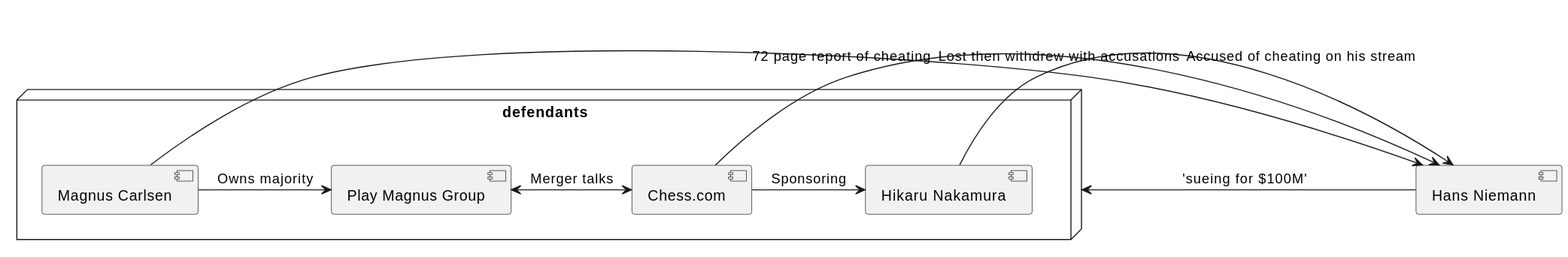
Before: src/examples/4_chess/render/plantuml_dot.svg, a diagram exported from PlantUML (terrastruct/text-to-diagram-site). The source it was exported from:
```plantuml
@startuml
[Hans Niemann] as hans

node "defendants" {
  [Magnus Carlsen] as mc
  [Play Magnus Group] as playmagnus
  [Chess.com] as chesscom
  [Hikaru Nakamura] as naka

  [mc] -> [playmagnus]: Owns majority
  [playmagnus] <-> [chesscom]: Merger talks
  [chesscom] -> [naka]: Sponsoring
}

[hans] -> defendants: 'sueing for $100M'

[naka] -> [hans]: Accused of cheating on his stream
[mc] -> [hans]: Lost then withdrew with accusations
[chesscom] -> [hans]: 72 page report of cheating
@enduml
```
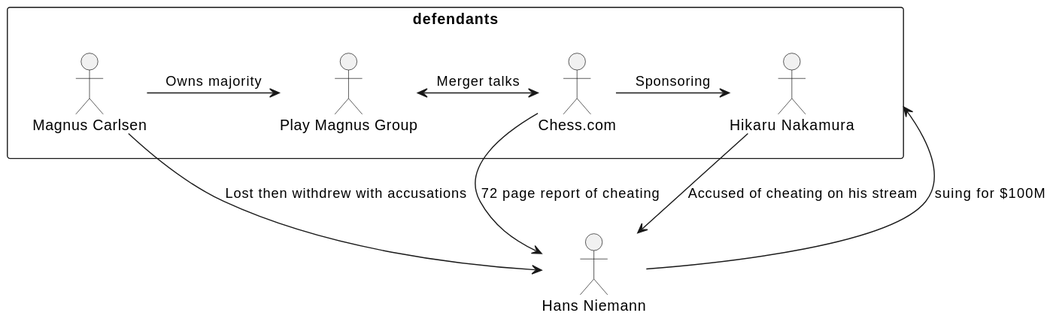
After the commit.

Diff of the diagram source:
```diff
@@ -1,20 +1,20 @@
 @startuml
-[Hans Niemann] as hans
+"Hans Niemann" as hans
 
-node "defendants" {
-  [Magnus Carlsen] as mc
-  [Play Magnus Group] as playmagnus
-  [Chess.com] as chesscom
-  [Hikaru Nakamura] as naka
+rectangle "defendants" {
+  "Magnus Carlsen" as mc
+  "Play Magnus Group" as playmagnus
+  "Chess.com" as chesscom
+  "Hikaru Nakamura" as naka
 
-  [mc] -> [playmagnus]: Owns majority
-  [playmagnus] <-> [chesscom]: Merger talks
-  [chesscom] -> [naka]: Sponsoring
+  mc -> playmagnus: Owns majority
+  playmagnus <-> chesscom: Merger talks
+  chesscom -> naka: Sponsoring
 }
 
-[hans] -> defendants: 'sueing for $100M'
+hans -> defendants: suing for $100M
 
-[naka] -> [hans]: Accused of cheating on his stream
-[mc] -> [hans]: Lost then withdrew with accusations
-[chesscom] -> [hans]: 72 page report of cheating
+naka --> hans : Accused of cheating on his stream
+mc --> hans : Lost then withdrew with accusations
+chesscom --> hans: 72 page report of cheating
 @enduml
```
